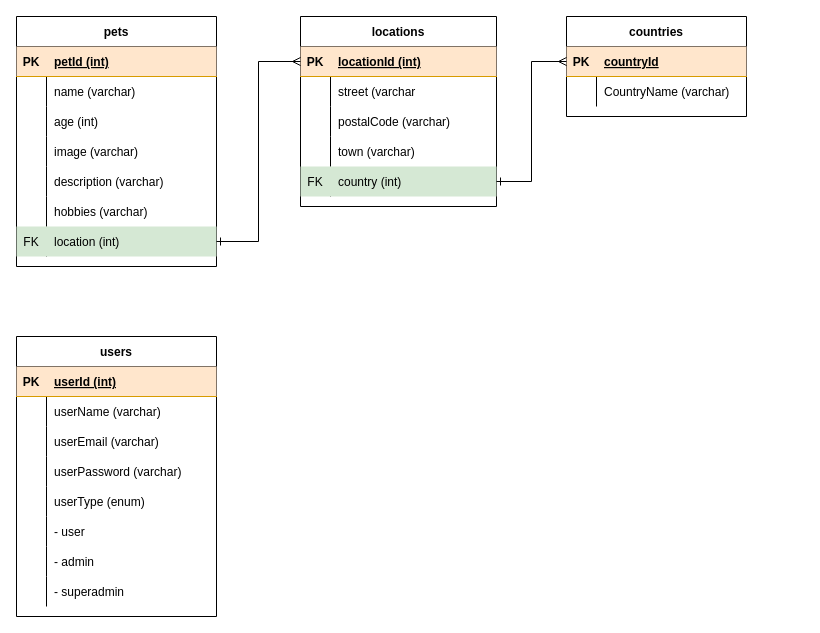
Before: assets/datamodel-adoptapet.drawio in mbalabanov/CFLMS-MarinBalabanov-CodeReview-11, a draw.io diagram. Source tidied: cells renumbered, new cells numbered last; positions are measured from the earlier drawing's top-left corner, leaving out a move shared by most shapes. Both pictures are drawn from the tidied source at 100%, with x=0, y=0 at pixel (16, 16).
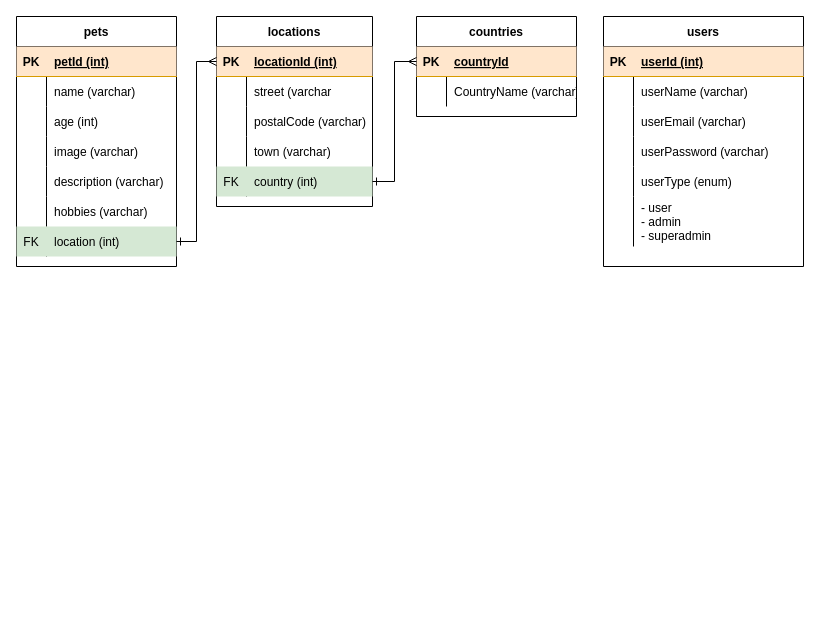
Above is the later version.

Change to the diagram source:
```diff
@@
     <mxCell id="2" value="pets" style="shape=table;startSize=30;childLayout=tableLayout;rowLines=0;fontStyle=1;align=center;" parent="1" vertex="1">
-      <mxGeometry width="200" height="250" as="geometry" />
+      <mxGeometry width="160" height="250" as="geometry" />
     </mxCell>
     <mxCell id="3" style="shape=partialRectangle;fillColor=#ffe6cc;top=0;left=0;bottom=1;right=0;strokeColor=#d79b00;" parent="2" vertex="1">
-      <mxGeometry y="30" width="200" height="30" as="geometry" />
+      <mxGeometry y="30" width="160" height="30" as="geometry" />
     </mxCell>
@@
     <mxCell id="5" value="petId (int)" style="shape=partialRectangle;fillColor=none;top=0;left=0;bottom=0;right=0;align=left;spacingLeft=6;fontStyle=5;overflow=hidden;" parent="3" vertex="1">
-      <mxGeometry x="30" width="170" height="30" as="geometry" />
+      <mxGeometry x="30" width="130" height="30" as="geometry" />
     </mxCell>
     <mxCell id="6" style="shape=partialRectangle;fillColor=none;top=0;left=0;bottom=0;right=0;" parent="2" vertex="1">
-      <mxGeometry y="60" width="200" height="30" as="geometry" />
+      <mxGeometry y="60" width="160" height="30" as="geometry" />
     </mxCell>
@@
     <mxCell id="8" value="name (varchar)" style="shape=partialRectangle;fillColor=none;top=0;left=0;bottom=0;right=0;align=left;spacingLeft=6;overflow=hidden;" parent="6" vertex="1">
-      <mxGeometry x="30" width="170" height="30" as="geometry" />
+      <mxGeometry x="30" width="130" height="30" as="geometry" />
     </mxCell>
     <mxCell id="9" style="shape=partialRectangle;fillColor=none;top=0;left=0;bottom=0;right=0;" parent="2" vertex="1">
-      <mxGeometry y="90" width="200" height="30" as="geometry" />
+      <mxGeometry y="90" width="160" height="30" as="geometry" />
     </mxCell>
@@
     <mxCell id="11" value="age (int)" style="shape=partialRectangle;fillColor=none;top=0;left=0;bottom=0;right=0;align=left;spacingLeft=6;overflow=hidden;" parent="9" vertex="1">
-      <mxGeometry x="30" width="170" height="30" as="geometry" />
+      <mxGeometry x="30" width="130" height="30" as="geometry" />
     </mxCell>
     <mxCell id="12" style="shape=partialRectangle;fillColor=none;top=0;left=0;bottom=0;right=0;" parent="2" vertex="1">
-      <mxGeometry y="120" width="200" height="30" as="geometry" />
+      <mxGeometry y="120" width="160" height="30" as="geometry" />
     </mxCell>
@@
     <mxCell id="14" value="image (varchar)" style="shape=partialRectangle;fillColor=none;top=0;left=0;bottom=0;right=0;align=left;spacingLeft=6;overflow=hidden;" parent="12" vertex="1">
-      <mxGeometry x="30" width="170" height="30" as="geometry" />
+      <mxGeometry x="30" width="130" height="30" as="geometry" />
     </mxCell>
     <mxCell id="15" style="shape=partialRectangle;fillColor=none;top=0;left=0;bottom=0;right=0;" parent="2" vertex="1">
-      <mxGeometry y="150" width="200" height="30" as="geometry" />
+      <mxGeometry y="150" width="160" height="30" as="geometry" />
     </mxCell>
@@
     <mxCell id="17" value="description (varchar)" style="shape=partialRectangle;fillColor=none;top=0;left=0;bottom=0;right=0;align=left;spacingLeft=6;overflow=hidden;" parent="15" vertex="1">
-      <mxGeometry x="30" width="170" height="30" as="geometry" />
+      <mxGeometry x="30" width="130" height="30" as="geometry" />
     </mxCell>
     <mxCell id="18" style="shape=partialRectangle;fillColor=none;top=0;left=0;bottom=0;right=0;" parent="2" vertex="1">
-      <mxGeometry y="180" width="200" height="30" as="geometry" />
+      <mxGeometry y="180" width="160" height="30" as="geometry" />
     </mxCell>
@@
     <mxCell id="20" value="hobbies (varchar)" style="shape=partialRectangle;fillColor=none;top=0;left=0;bottom=0;right=0;align=left;spacingLeft=6;overflow=hidden;" parent="18" vertex="1">
-      <mxGeometry x="30" width="170" height="30" as="geometry" />
+      <mxGeometry x="30" width="130" height="30" as="geometry" />
     </mxCell>
     <mxCell id="21" style="shape=partialRectangle;fillColor=#d5e8d4;top=0;left=0;bottom=0;right=0;points=[[0,0.5],[1,0.5]];portConstraint=eastwest;strokeColor=#82b366;" parent="2" vertex="1">
-      <mxGeometry y="210" width="200" height="30" as="geometry" />
+      <mxGeometry y="210" width="160" height="30" as="geometry" />
     </mxCell>
@@
     <mxCell id="23" value="location (int)" style="shape=partialRectangle;fillColor=none;top=0;left=0;bottom=0;right=0;align=left;spacingLeft=6;overflow=hidden;" parent="21" vertex="1">
-      <mxGeometry x="30" width="170" height="30" as="geometry" />
+      <mxGeometry x="30" width="130" height="30" as="geometry" />
     </mxCell>
     <mxCell id="24" value="locations" style="shape=table;startSize=30;childLayout=tableLayout;rowLines=0;fontStyle=1;align=center;" parent="1" vertex="1">
-      <mxGeometry x="284" width="196" height="190" as="geometry" />
+      <mxGeometry x="200" width="156" height="190" as="geometry" />
     </mxCell>
     <mxCell id="25" style="shape=partialRectangle;fillColor=#ffe6cc;top=0;left=0;bottom=1;right=0;points=[[0,0.5],[1,0.5]];portConstraint=eastwest;strokeColor=#d79b00;" parent="24" vertex="1">
-      <mxGeometry y="30" width="196" height="30" as="geometry" />
+      <mxGeometry y="30" width="156" height="30" as="geometry" />
     </mxCell>
@@
     <mxCell id="27" value="locationId (int)" style="shape=partialRectangle;fillColor=none;top=0;left=0;bottom=0;right=0;align=left;spacingLeft=6;fontStyle=5;overflow=hidden;" parent="25" vertex="1">
-      <mxGeometry x="30" width="166" height="30" as="geometry" />
+      <mxGeometry x="30" width="126" height="30" as="geometry" />
     </mxCell>
     <mxCell id="28" style="shape=partialRectangle;fillColor=none;top=0;left=0;bottom=0;right=0;" parent="24" vertex="1">
-      <mxGeometry y="60" width="196" height="30" as="geometry" />
+      <mxGeometry y="60" width="156" height="30" as="geometry" />
     </mxCell>
@@
     <mxCell id="30" value="street (varchar" style="shape=partialRectangle;fillColor=none;top=0;left=0;bottom=0;right=0;align=left;spacingLeft=6;overflow=hidden;" parent="28" vertex="1">
-      <mxGeometry x="30" width="166" height="30" as="geometry" />
+      <mxGeometry x="30" width="126" height="30" as="geometry" />
     </mxCell>
     <mxCell id="31" style="shape=partialRectangle;fillColor=none;top=0;left=0;bottom=0;right=0;" parent="24" vertex="1">
-      <mxGeometry y="90" width="196" height="30" as="geometry" />
+      <mxGeometry y="90" width="156" height="30" as="geometry" />
     </mxCell>
@@
     <mxCell id="33" value="postalCode (varchar)" style="shape=partialRectangle;fillColor=none;top=0;left=0;bottom=0;right=0;align=left;spacingLeft=6;overflow=hidden;" parent="31" vertex="1">
-      <mxGeometry x="30" width="166" height="30" as="geometry" />
+      <mxGeometry x="30" width="126" height="30" as="geometry" />
     </mxCell>
     <mxCell id="34" style="shape=partialRectangle;fillColor=none;top=0;left=0;bottom=0;right=0;" parent="24" vertex="1">
-      <mxGeometry y="120" width="196" height="30" as="geometry" />
+      <mxGeometry y="120" width="156" height="30" as="geometry" />
     </mxCell>
@@
     <mxCell id="36" value="town (varchar)" style="shape=partialRectangle;fillColor=none;top=0;left=0;bottom=0;right=0;align=left;spacingLeft=6;overflow=hidden;" parent="34" vertex="1">
-      <mxGeometry x="30" width="166" height="30" as="geometry" />
+      <mxGeometry x="30" width="126" height="30" as="geometry" />
     </mxCell>
     <mxCell id="37" style="shape=partialRectangle;fillColor=#d5e8d4;top=0;left=0;bottom=0;right=0;points=[[0,0.5],[1,0.5]];portConstraint=eastwest;strokeColor=#82b366;" parent="24" vertex="1">
-      <mxGeometry y="150" width="196" height="30" as="geometry" />
+      <mxGeometry y="150" width="156" height="30" as="geometry" />
     </mxCell>
@@
     <mxCell id="39" value="country (int)" style="shape=partialRectangle;fillColor=none;top=0;left=0;bottom=0;right=0;align=left;spacingLeft=6;overflow=hidden;" parent="37" vertex="1">
-      <mxGeometry x="30" width="166" height="30" as="geometry" />
+      <mxGeometry x="30" width="126" height="30" as="geometry" />
     </mxCell>
     <mxCell id="40" value="countries" style="shape=table;startSize=30;childLayout=tableLayout;rowLines=0;fontStyle=1;align=center;" parent="1" vertex="1">
-      <mxGeometry x="550" width="180" height="100" as="geometry" />
+      <mxGeometry x="400" width="160" height="100" as="geometry" />
     </mxCell>
     <mxCell id="41" style="shape=partialRectangle;fillColor=#ffe6cc;top=0;left=0;bottom=1;right=0;points=[[0,0.5],[1,0.5]];portConstraint=eastwest;strokeColor=#d79b00;" parent="40" vertex="1">
-      <mxGeometry y="30" width="180" height="30" as="geometry" />
+      <mxGeometry y="30" width="160" height="30" as="geometry" />
     </mxCell>
@@
     <mxCell id="43" value="countryId" style="shape=partialRectangle;fillColor=none;top=0;left=0;bottom=0;right=0;align=left;spacingLeft=6;fontStyle=5;overflow=hidden;" parent="41" vertex="1">
-      <mxGeometry x="30" width="150" height="30" as="geometry" />
+      <mxGeometry x="30" width="130" height="30" as="geometry" />
     </mxCell>
     <mxCell id="44" style="shape=partialRectangle;fillColor=none;top=0;left=0;bottom=0;right=0;" parent="40" vertex="1">
-      <mxGeometry y="60" width="180" height="30" as="geometry" />
+      <mxGeometry y="60" width="160" height="30" as="geometry" />
     </mxCell>
@@
     <mxCell id="46" value="CountryName (varchar)" style="shape=partialRectangle;fillColor=none;top=0;left=0;bottom=0;right=0;align=left;spacingLeft=6;overflow=hidden;" parent="44" vertex="1">
-      <mxGeometry x="30" width="150" height="30" as="geometry" />
+      <mxGeometry x="30" width="130" height="30" as="geometry" />
     </mxCell>
@@
     <mxCell id="49" value="users" style="shape=table;startSize=30;childLayout=tableLayout;rowLines=0;fontStyle=1;align=center;" parent="1" vertex="1">
-      <mxGeometry y="320" width="200" height="280" as="geometry" />
+      <mxGeometry x="587" width="200" height="250" as="geometry" />
     </mxCell>
@@
     <mxCell id="65" style="shape=partialRectangle;fillColor=none;top=0;left=0;bottom=0;right=0;" parent="49" vertex="1">
-      <mxGeometry y="180" width="200" height="30" as="geometry" />
+      <mxGeometry y="180" width="200" height="50" as="geometry" />
     </mxCell>
     <mxCell id="66" style="shape=partialRectangle;fillColor=none;top=0;left=0;bottom=0;right=0;overflow=hidden;" parent="65" vertex="1">
-      <mxGeometry width="30" height="30" as="geometry" />
+      <mxGeometry width="30" height="50" as="geometry" />
     </mxCell>
-    <mxCell id="67" value="- user" style="shape=partialRectangle;fillColor=none;top=0;left=0;bottom=0;right=0;align=left;spacingLeft=6;overflow=hidden;" parent="65" vertex="1">
-      <mxGeometry x="30" width="170" height="30" as="geometry" />
+    <mxCell id="67" value="- user&#10;- admin&#10;- superadmin" style="shape=partialRectangle;fillColor=none;top=0;left=0;bottom=0;right=0;align=left;spacingLeft=6;overflow=hidden;" parent="65" vertex="1">
+      <mxGeometry x="30" width="170" height="50" as="geometry" />
     </mxCell>
-    <mxCell id="68" style="shape=partialRectangle;fillColor=none;top=0;left=0;bottom=0;right=0;" parent="49" vertex="1">
-      <mxGeometry y="210" width="200" height="30" as="geometry" />
-    </mxCell>
-    <mxCell id="69" style="shape=partialRectangle;fillColor=none;top=0;left=0;bottom=0;right=0;overflow=hidden;" parent="68" vertex="1">
-      <mxGeometry width="30" height="30" as="geometry" />
-    </mxCell>
-    <mxCell id="70" value="- admin" style="shape=partialRectangle;fillColor=none;top=0;left=0;bottom=0;right=0;align=left;spacingLeft=6;overflow=hidden;" parent="68" vertex="1">
-      <mxGeometry x="30" width="170" height="30" as="geometry" />
-    </mxCell>
-    <mxCell id="71" style="shape=partialRectangle;fillColor=none;top=0;left=0;bottom=0;right=0;" parent="49" vertex="1">
-      <mxGeometry y="240" width="200" height="30" as="geometry" />
-    </mxCell>
-    <mxCell id="72" style="shape=partialRectangle;fillColor=none;top=0;left=0;bottom=0;right=0;overflow=hidden;" parent="71" vertex="1">
-      <mxGeometry width="30" height="30" as="geometry" />
-    </mxCell>
-    <mxCell id="73" value="- superadmin" style="shape=partialRectangle;fillColor=none;top=0;left=0;bottom=0;right=0;align=left;spacingLeft=6;overflow=hidden;" parent="71" vertex="1">
-      <mxGeometry x="30" width="170" height="30" as="geometry" />
-    </mxCell>
```
